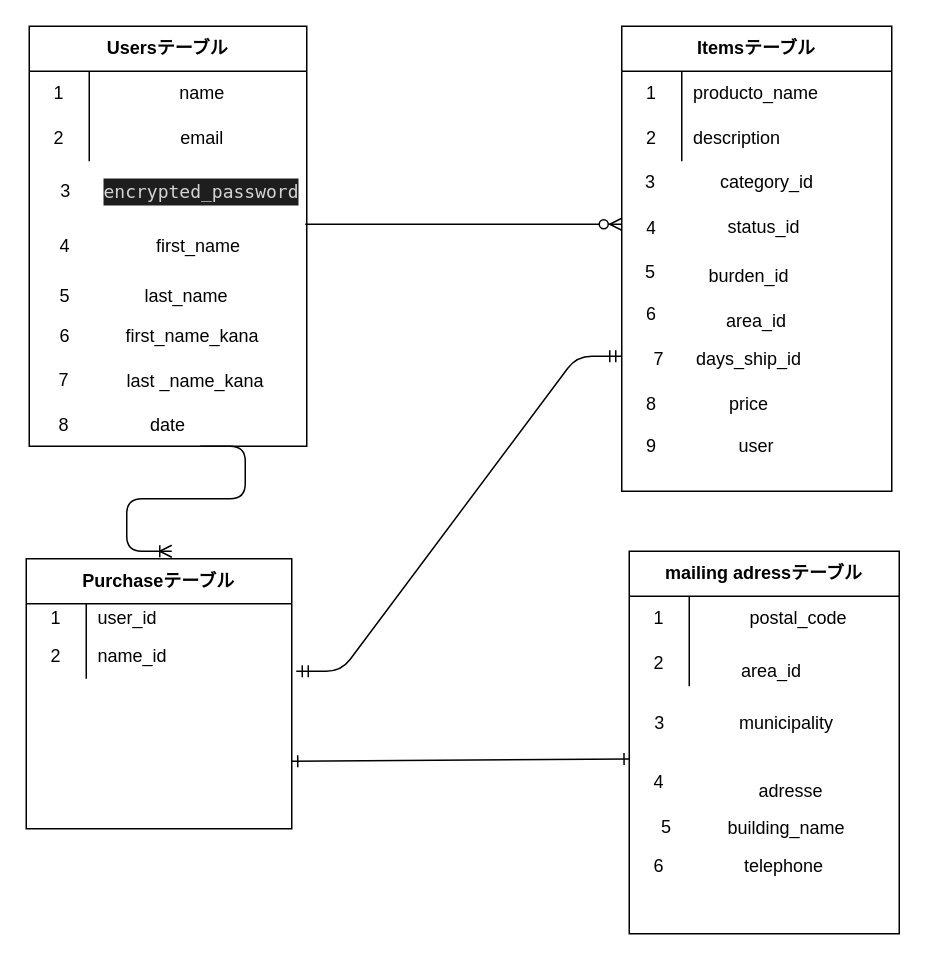
Above: er.dio in takashi-Q/furima-34867 (draw.io), before the change. Source tidied: cells renumbered, new cells numbered last; positions are measured from the earlier drawing's top-left corner, leaving out a move shared by most shapes. Both pictures are drawn from the tidied source at 150%, with x=0, y=0 at pixel (26, 26).
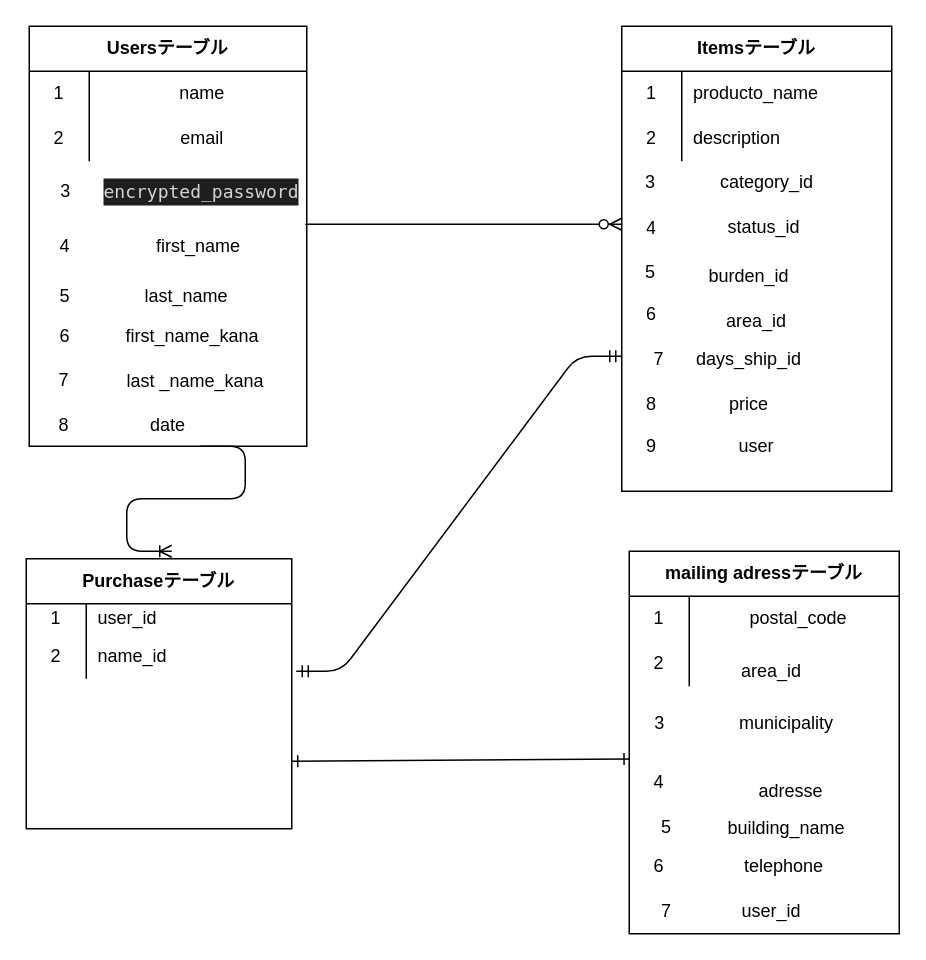
Above is the later version.

The edit, as a diff of the source:
```diff
@@
+    <mxCell id="70" value="user_id" style="text;html=1;strokeColor=none;fillColor=none;align=center;verticalAlign=middle;whiteSpace=wrap;rounded=0;" parent="1" vertex="1">
+      <mxGeometry x="477" y="580" width="40" height="20" as="geometry" />
+    </mxCell>
+    <mxCell id="71" value="7" style="text;html=1;strokeColor=none;fillColor=none;align=center;verticalAlign=middle;whiteSpace=wrap;rounded=0;" parent="1" vertex="1">
+      <mxGeometry x="407" y="580" width="40" height="20" as="geometry" />
+    </mxCell>
```
